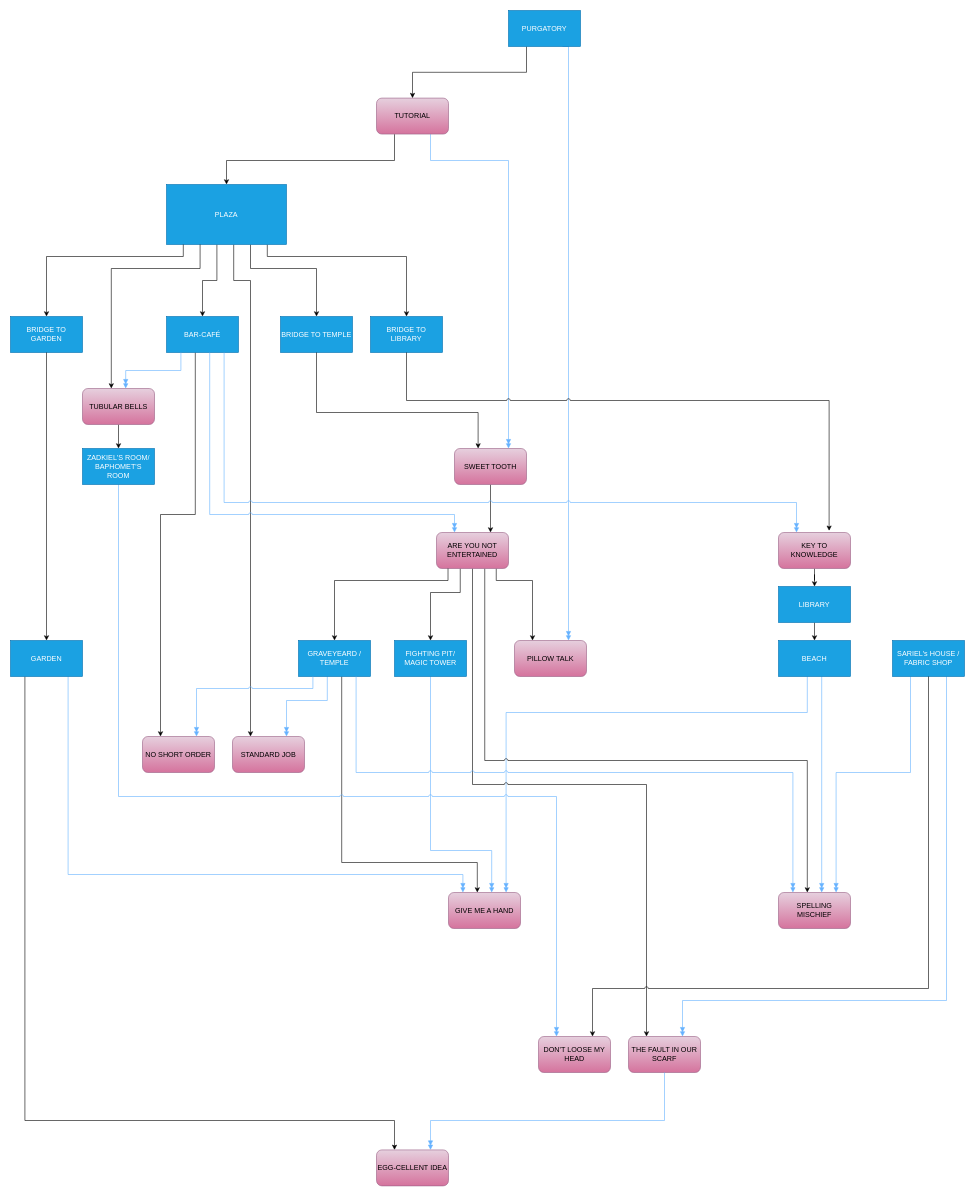
The draw.io diagram page "Unlocking" (2 of 3) of Quests.drawio in Grumpy-Bear-Games/Duality-Prototype, before the edit. Source tidied: cells renumbered, new cells numbered last; positions are measured from the earlier drawing's top-left corner, leaving out a move shared by most shapes. Both pictures are drawn from the tidied source at 60%, with x=0, y=0 at pixel (10, 10).
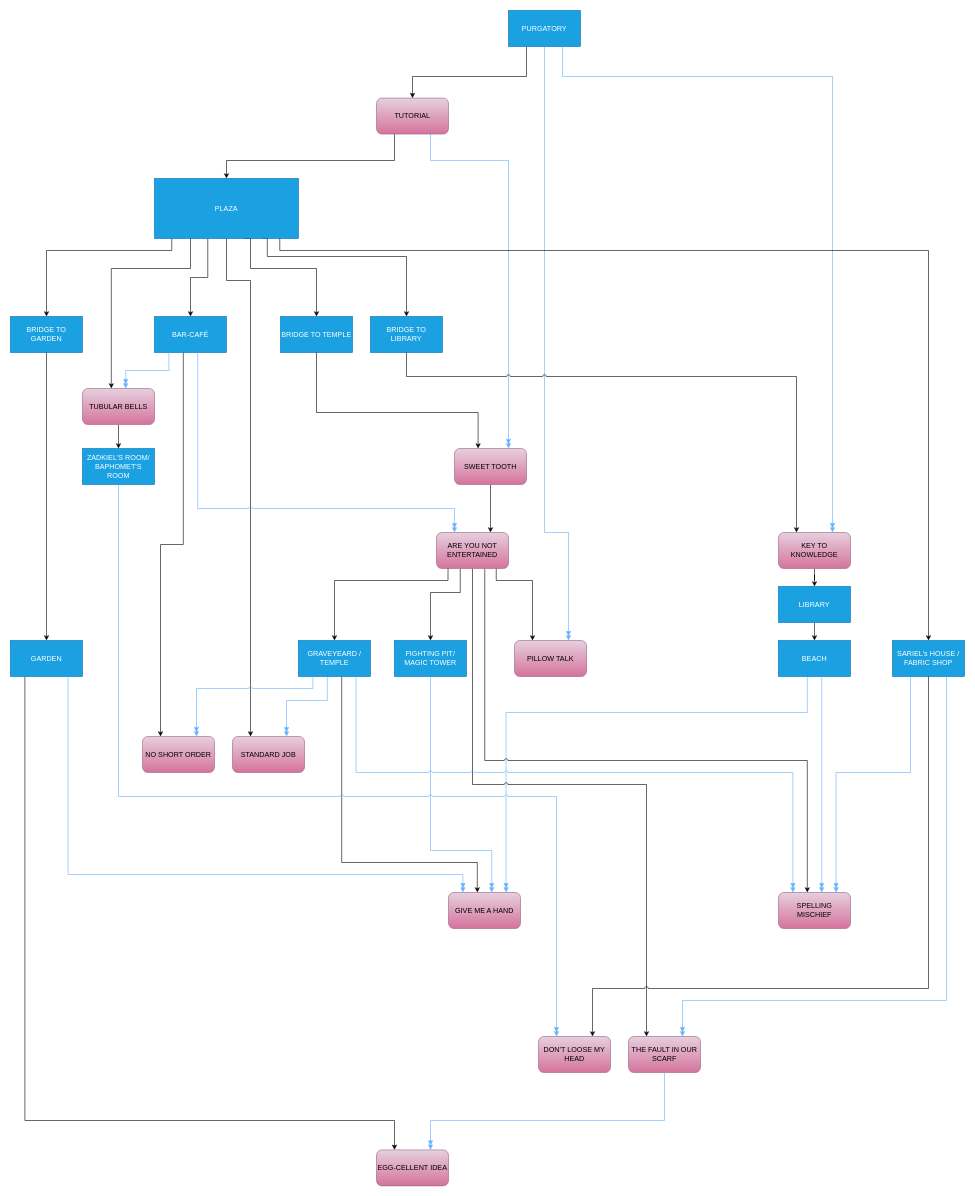
Above is the later version.

Commit message:
Update quest dependency diagram

The change refers to these unchanged cells:
```xml
<mxCell id="3" value="PILLOW TALK" style="rounded=1;whiteSpace=wrap;html=1;fillColor=#e6d0de;strokeColor=#996185;gradientColor=#d5739d;fontColor=#000000;" parent="1" vertex="1">
  <mxGeometry x="840" y="1050" width="120" height="60" as="geometry" />
</mxCell>
<mxCell id="4" value="STANDARD JOB" style="rounded=1;whiteSpace=wrap;html=1;fillColor=#e6d0de;strokeColor=#996185;gradientColor=#d5739d;fontColor=#000000;" parent="1" vertex="1">
  <mxGeometry x="370" y="1210" width="120" height="60" as="geometry" />
</mxCell>
<mxCell id="5" value="NO SHORT ORDER" style="rounded=1;whiteSpace=wrap;html=1;fillColor=#e6d0de;strokeColor=#996185;gradientColor=#d5739d;fontColor=#000000;" parent="1" vertex="1">
  <mxGeometry x="220" y="1210" width="120" height="60" as="geometry" />
</mxCell>
<mxCell id="12" value="TUTORIAL" style="rounded=1;whiteSpace=wrap;html=1;fillColor=#e6d0de;strokeColor=#996185;gradientColor=#d5739d;fontColor=#000000;" parent="1" vertex="1">
  <mxGeometry x="610" y="146" width="120" height="60" as="geometry" />
</mxCell>
<mxCell id="26" value="SARIEL's HOUSE / FABRIC SHOP" style="rounded=0;whiteSpace=wrap;html=1;fillColor=#1ba1e2;strokeColor=#006EAF;fontColor=#ffffff;" parent="1" vertex="1">
  <mxGeometry x="1470" y="1050" width="120" height="60" as="geometry" />
</mxCell>
<mxCell id="31" value="ARE YOU NOT ENTERTAINED" style="rounded=1;whiteSpace=wrap;html=1;fillColor=#e6d0de;strokeColor=#996185;gradientColor=#d5739d;fontColor=#000000;points=[[0,0,0,0,0],[0,0.25,0,0,0],[0,0.5,0,0,0],[0,0.75,0,0,0],[0,1,0,0,0],[0.16,1,0,0,0],[0.25,0,0,0,0],[0.33,1,0,0,0],[0.5,0,0,0,0],[0.5,1,0,0,0],[0.67,1,0,0,0],[0.75,0,0,0,0],[0.83,1,0,0,0],[1,0,0,0,0],[1,0.25,0,0,0],[1,0.5,0,0,0],[1,0.75,0,0,0],[1,1,0,0,0]];" parent="1" vertex="1">
  <mxGeometry x="710" y="870" width="120" height="60" as="geometry" />
</mxCell>
<mxCell id="39" value="BRIDGE TO TEMPLE" style="rounded=0;whiteSpace=wrap;html=1;fillColor=#1ba1e2;strokeColor=#006EAF;fontColor=#ffffff;" parent="1" vertex="1">
  <mxGeometry x="450" y="510" width="120" height="60" as="geometry" />
</mxCell>
<mxCell id="47" value="PURGATORY" style="rounded=0;whiteSpace=wrap;html=1;fillColor=#1ba1e2;strokeColor=#006EAF;fontColor=#ffffff;" parent="1" vertex="1">
  <mxGeometry x="830" width="120" height="60" as="geometry" />
</mxCell>
<mxCell id="54" value="KEY TO KNOWLEDGE" style="rounded=1;whiteSpace=wrap;html=1;fillColor=#e6d0de;strokeColor=#996185;gradientColor=#d5739d;fontColor=#000000;" parent="1" vertex="1">
  <mxGeometry x="1280" y="870" width="120" height="60" as="geometry" />
</mxCell>
<mxCell id="57" value="TUBULAR BELLS" style="rounded=1;whiteSpace=wrap;html=1;fillColor=#e6d0de;strokeColor=#996185;gradientColor=#d5739d;fontColor=#000000;points=[[0,0,0,0,0],[0,0.25,0,0,0],[0,0.5,0,0,0],[0,0.75,0,0,0],[0,1,0,0,0],[0.2,0,0,0,0],[0.25,1,0,0,0],[0.4,0,0,0,0],[0.5,1,0,0,0],[0.6,0,0,0,0],[0.75,1,0,0,0],[0.8,0,0,0,0],[1,0,0,0,0],[1,0.25,0,0,0],[1,0.5,0,0,0],[1,0.75,0,0,0],[1,1,0,0,0]];" parent="1" vertex="1">
  <mxGeometry x="120" y="630" width="120" height="60" as="geometry" />
</mxCell>
<mxCell id="60" value="BRIDGE TO GARDEN" style="rounded=0;whiteSpace=wrap;html=1;fillColor=#1ba1e2;strokeColor=#006EAF;fontColor=#ffffff;" parent="1" vertex="1">
  <mxGeometry y="510" width="120" height="60" as="geometry" />
</mxCell>
<mxCell id="61" value="BRIDGE TO LIBRARY" style="rounded=0;whiteSpace=wrap;html=1;fillColor=#1ba1e2;strokeColor=#006EAF;fontColor=#ffffff;" parent="1" vertex="1">
  <mxGeometry x="600" y="510" width="120" height="60" as="geometry" />
</mxCell>
```

The edit, as a diff of the source:
```diff
@@
-    <mxCell id="11" style="edgeStyle=orthogonalEdgeStyle;rounded=0;jettySize=auto;html=1;exitX=0.84;exitY=1;exitDx=0;exitDy=0;entryX=0.5;entryY=0;entryDx=0;entryDy=0;exitPerimeter=0;" parent="1" edge="1" source="38" target="61">
+    <mxCell id="11" style="edgeStyle=orthogonalEdgeStyle;rounded=0;jettySize=auto;html=1;exitX=0.75;exitY=1;exitDx=0;exitDy=0;entryX=0.5;entryY=0;entryDx=0;entryDy=0;exitPerimeter=0;" parent="1" edge="1" source="38" target="61">
       <mxGeometry relative="1" as="geometry">
         <Array as="points">
+          <mxPoint x="428" y="380" />
           <mxPoint x="428" y="410" />
           <mxPoint x="660" y="410" />
         </Array>
       </mxGeometry>
     </mxCell>
@@
-    <mxCell id="35" style="edgeStyle=elbowEdgeStyle;shape=connector;rounded=0;jumpStyle=arc;jettySize=auto;html=1;exitX=0.56;exitY=1;exitDx=0;exitDy=0;entryX=0.25;entryY=0;entryDx=0;entryDy=0;labelBackgroundColor=default;strokeColor=default;align=center;verticalAlign=middle;fontFamily=Helvetica;fontSize=11;fontColor=default;endArrow=classic;elbow=vertical;exitPerimeter=0;" parent="1" edge="1" source="38" target="4">
+    <mxCell id="35" style="edgeStyle=elbowEdgeStyle;shape=connector;rounded=0;jumpStyle=arc;jettySize=auto;html=1;exitX=0.5;exitY=1;exitDx=0;exitDy=0;entryX=0.25;entryY=0;entryDx=0;entryDy=0;labelBackgroundColor=default;strokeColor=default;align=center;verticalAlign=middle;fontFamily=Helvetica;fontSize=11;fontColor=default;endArrow=classic;elbow=vertical;exitPerimeter=0;" parent="1" edge="1" source="38" target="4">
       <mxGeometry relative="1" as="geometry">
         <Array as="points">
           <mxPoint x="400" y="450" />
         </Array>
       </mxGeometry>
     </mxCell>
-    <mxCell id="36" style="edgeStyle=orthogonalEdgeStyle;shape=connector;rounded=0;jumpStyle=arc;jettySize=auto;html=1;exitX=0.7;exitY=1;exitDx=0;exitDy=0;labelBackgroundColor=default;strokeColor=default;align=center;verticalAlign=middle;fontFamily=Helvetica;fontSize=11;fontColor=default;endArrow=classic;exitPerimeter=0;entryX=0.5;entryY=0;entryDx=0;entryDy=0;" parent="1" edge="1" source="38" target="39">
+    <mxCell id="36" style="edgeStyle=orthogonalEdgeStyle;shape=connector;rounded=0;jumpStyle=arc;jettySize=auto;html=1;exitX=0.62;exitY=1;exitDx=0;exitDy=0;labelBackgroundColor=default;strokeColor=default;align=center;verticalAlign=middle;fontFamily=Helvetica;fontSize=11;fontColor=default;endArrow=classic;exitPerimeter=0;entryX=0.5;entryY=0;entryDx=0;entryDy=0;" parent="1" edge="1" source="38" target="39">
       <mxGeometry relative="1" as="geometry">
         <Array as="points">
+          <mxPoint x="400" y="380" />
           <mxPoint x="400" y="430" />
           <mxPoint x="510" y="430" />
         </Array>
       </mxGeometry>
     </mxCell>
-    <mxCell id="37" style="edgeStyle=orthogonalEdgeStyle;shape=connector;rounded=0;jumpStyle=arc;jettySize=auto;html=1;exitX=0.42;exitY=1;exitDx=0;exitDy=0;entryX=0.5;entryY=0;entryDx=0;entryDy=0;labelBackgroundColor=default;strokeColor=default;align=center;verticalAlign=middle;fontFamily=Helvetica;fontSize=11;fontColor=default;endArrow=classic;exitPerimeter=0;" parent="1" edge="1" source="38" target="42">
+    <mxCell id="37" style="edgeStyle=orthogonalEdgeStyle;shape=connector;rounded=0;jumpStyle=arc;jettySize=auto;html=1;exitX=0.37;exitY=1;exitDx=0;exitDy=0;entryX=0.5;entryY=0;entryDx=0;entryDy=0;labelBackgroundColor=default;strokeColor=default;align=center;verticalAlign=middle;fontFamily=Helvetica;fontSize=11;fontColor=default;endArrow=classic;exitPerimeter=0;" parent="1" edge="1" source="38" target="42">
       <mxGeometry relative="1" as="geometry" />
     </mxCell>
-    <mxCell id="38" value="PLAZA" style="rounded=0;whiteSpace=wrap;html=1;fillColor=#1ba1e2;strokeColor=#006EAF;fontColor=#ffffff;points=[[0,0,0,0,0],[0,0.25,0,0,0],[0,0.5,0,0,0],[0,0.75,0,0,0],[0,1,0,0,0],[0.14,1,0,0,0],[0.25,0,0,0,0],[0.28,1,0,0,0],[0.42,1,0,0,0],[0.5,0,0,0,0],[0.56,1,0,0,0],[0.7,1,0,0,0],[0.75,0,0,0,0],[0.84,1,0,0,0],[1,0,0,0,0],[1,0.25,0,0,0],[1,0.5,0,0,0],[1,0.75,0,0,0],[1,1,0,0,0]];" parent="1" vertex="1">
-      <mxGeometry x="260" y="290" width="200" height="100" as="geometry" />
+    <mxCell id="38" value="PLAZA" style="rounded=0;whiteSpace=wrap;html=1;fillColor=#1ba1e2;strokeColor=#006EAF;fontColor=#ffffff;points=[[0,0,0,0,0],[0,0.25,0,0,0],[0,0.5,0,0,0],[0,0.75,0,0,0],[0,1,0,0,0],[0.12,1,0,0,0],[0.25,0,0,0,0],[0.25,1,0,0,0],[0.37,1,0,0,0],[0.5,0,0,0,0],[0.5,1,0,0,0],[0.62,1,0,0,0],[0.75,0,0,0,0],[0.75,1,0,0,0],[0.87,1,0,0,0],[1,0,0,0,0],[1,0.25,0,0,0],[1,0.5,0,0,0],[1,0.75,0,0,0],[1,1,0,0,0]];" parent="1" vertex="1">
+      <mxGeometry x="240" y="280" width="240" height="100" as="geometry" />
     </mxCell>
@@
-    <mxCell id="41" style="edgeStyle=elbowEdgeStyle;shape=connector;rounded=0;jumpStyle=arc;jettySize=auto;html=1;exitX=0.4;exitY=1;exitDx=0;exitDy=0;entryX=0.25;entryY=0;entryDx=0;entryDy=0;labelBackgroundColor=default;strokeColor=default;align=center;verticalAlign=middle;fontFamily=Helvetica;fontSize=11;fontColor=default;endArrow=classic;elbow=vertical;exitPerimeter=0;" parent="1" edge="1" source="42" target="5">
-      <mxGeometry relative="1" as="geometry">
-        <Array as="points">
-          <mxPoint x="270" y="840" />
-        </Array>
-      </mxGeometry>
+    <mxCell id="41" style="edgeStyle=elbowEdgeStyle;shape=connector;rounded=0;jumpStyle=arc;jettySize=auto;html=1;entryX=0.25;entryY=0;entryDx=0;entryDy=0;labelBackgroundColor=default;strokeColor=default;align=center;verticalAlign=middle;fontFamily=Helvetica;fontSize=11;fontColor=default;endArrow=classic;elbow=vertical;exitX=0.4;exitY=1;exitDx=0;exitDy=0;exitPerimeter=0;" parent="1" edge="1" source="42" target="5">
+      <mxGeometry relative="1" as="geometry" />
     </mxCell>
     <mxCell id="42" value="BAR-CAFÉ" style="rounded=0;whiteSpace=wrap;html=1;fillColor=#1ba1e2;strokeColor=#006EAF;fontColor=#ffffff;points=[[0,0,0,0,0],[0,0.25,0,0,0],[0,0.5,0,0,0],[0,0.75,0,0,0],[0,1,0,0,0],[0.2,1,0,0,0],[0.25,0,0,0,0],[0.4,1,0,0,0],[0.5,0,0,0,0],[0.6,1,0,0,0],[0.75,0,0,0,0],[0.8,1,0,0,0],[1,0,0,0,0],[1,0.25,0,0,0],[1,0.5,0,0,0],[1,0.75,0,0,0],[1,1,0,0,0]];" parent="1" vertex="1">
-      <mxGeometry x="260" y="510" width="120" height="60" as="geometry" />
+      <mxGeometry x="240" y="510" width="120" height="60" as="geometry" />
     </mxCell>
@@
     <mxCell id="45" style="edgeStyle=orthogonalEdgeStyle;shape=connector;rounded=0;jumpStyle=arc;jettySize=auto;html=1;exitX=0.25;exitY=1;exitDx=0;exitDy=0;entryX=0.5;entryY=0;entryDx=0;entryDy=0;labelBackgroundColor=default;strokeColor=default;align=center;verticalAlign=middle;fontFamily=Helvetica;fontSize=11;fontColor=default;endArrow=classic;" parent="1" edge="1" source="47" target="12">
-      <mxGeometry relative="1" as="geometry" />
+      <mxGeometry relative="1" as="geometry">
+        <Array as="points">
+          <mxPoint x="860" y="110" />
+          <mxPoint x="670" y="110" />
+        </Array>
+      </mxGeometry>
     </mxCell>
-    <mxCell id="46" style="edgeStyle=orthogonalEdgeStyle;shape=connector;rounded=0;jumpStyle=arc;jettySize=auto;html=1;exitX=0.75;exitY=1;exitDx=0;exitDy=0;entryX=0.75;entryY=0;entryDx=0;entryDy=0;labelBackgroundColor=default;strokeColor=#66B2FF;align=center;verticalAlign=middle;fontFamily=Helvetica;fontSize=11;fontColor=default;endArrow=doubleBlock;endFill=1;" parent="1" edge="1" source="47" target="3">
+    <mxCell id="46" style="edgeStyle=orthogonalEdgeStyle;shape=connector;rounded=0;jumpStyle=arc;jettySize=auto;html=1;exitX=0.5;exitY=1;exitDx=0;exitDy=0;entryX=0.75;entryY=0;entryDx=0;entryDy=0;labelBackgroundColor=default;strokeColor=#66B2FF;align=center;verticalAlign=middle;fontFamily=Helvetica;fontSize=11;fontColor=default;endArrow=doubleBlock;endFill=1;" parent="1" edge="1" source="47" target="3">
       <mxGeometry relative="1" as="geometry">
         <Array as="points">
-          <mxPoint x="930" y="620" />
-          <mxPoint x="930" y="620" />
+          <mxPoint x="890" y="870" />
+          <mxPoint x="930" y="870" />
         </Array>
       </mxGeometry>
     </mxCell>
@@
-    <mxCell id="51" style="edgeStyle=orthogonalEdgeStyle;rounded=0;jettySize=auto;html=1;exitX=0.14;exitY=1;exitDx=0;exitDy=0;entryX=0.5;entryY=0;entryDx=0;entryDy=0;exitPerimeter=0;" parent="1" edge="1" source="38" target="60">
+    <mxCell id="51" style="edgeStyle=orthogonalEdgeStyle;rounded=0;jettySize=auto;html=1;exitX=0.12;exitY=1;exitDx=0;exitDy=0;entryX=0.5;entryY=0;entryDx=0;entryDy=0;exitPerimeter=0;" parent="1" edge="1" source="38" target="60">
       <mxGeometry relative="1" as="geometry">
         <Array as="points">
-          <mxPoint x="288" y="410" />
-          <mxPoint x="60" y="410" />
+          <mxPoint x="269" y="400" />
+          <mxPoint x="60" y="400" />
         </Array>
       </mxGeometry>
     </mxCell>
@@
     <mxCell id="55" style="edgeStyle=orthogonalEdgeStyle;rounded=0;jettySize=auto;html=1;exitX=0.6;exitY=1;exitDx=0;exitDy=0;entryX=0.25;entryY=0;entryDx=0;entryDy=0;entryPerimeter=0;endArrow=doubleBlock;endFill=1;exitPerimeter=0;jumpStyle=arc;strokeColor=#66B2FF;" parent="1" edge="1" source="42" target="31">
       <mxGeometry relative="1" as="geometry">
         <Array as="points">
-          <mxPoint x="332" y="840" />
-          <mxPoint x="740" y="840" />
+          <mxPoint x="312" y="830" />
+          <mxPoint x="740" y="830" />
         </Array>
       </mxGeometry>
     </mxCell>
@@
-    <mxCell id="58" style="edgeStyle=orthogonalEdgeStyle;rounded=0;jettySize=auto;html=1;entryX=0.4;entryY=0;entryDx=0;entryDy=0;entryPerimeter=0;jumpStyle=arc;exitX=0.28;exitY=1;exitDx=0;exitDy=0;exitPerimeter=0;" parent="1" edge="1" source="38" target="57">
+    <mxCell id="58" style="edgeStyle=orthogonalEdgeStyle;rounded=0;jettySize=auto;html=1;entryX=0.4;entryY=0;entryDx=0;entryDy=0;entryPerimeter=0;jumpStyle=arc;exitX=0.25;exitY=1;exitDx=0;exitDy=0;exitPerimeter=0;" parent="1" edge="1" source="38" target="57">
       <mxGeometry relative="1" as="geometry">
         <Array as="points">
-          <mxPoint x="316" y="430" />
+          <mxPoint x="300" y="430" />
           <mxPoint x="168" y="430" />
         </Array>
       </mxGeometry>
     </mxCell>
@@
-    <mxCell id="63" style="edgeStyle=orthogonalEdgeStyle;shape=connector;rounded=0;jumpStyle=arc;jettySize=auto;html=1;exitX=0.5;exitY=1;exitDx=0;exitDy=0;entryX=0.703;entryY=-0.048;entryDx=0;entryDy=0;entryPerimeter=0;labelBackgroundColor=default;strokeColor=default;align=center;verticalAlign=middle;fontFamily=Helvetica;fontSize=11;fontColor=default;endArrow=classic;endFill=1;" parent="1" edge="1" source="61" target="54">
+    <mxCell id="63" style="edgeStyle=orthogonalEdgeStyle;shape=connector;rounded=0;jumpStyle=arc;jettySize=auto;html=1;exitX=0.5;exitY=1;exitDx=0;exitDy=0;labelBackgroundColor=default;strokeColor=default;align=center;verticalAlign=middle;fontFamily=Helvetica;fontSize=11;fontColor=default;endArrow=classic;endFill=1;entryX=0.25;entryY=0;entryDx=0;entryDy=0;" parent="1" edge="1" source="61" target="54">
       <mxGeometry relative="1" as="geometry">
         <Array as="points">
-          <mxPoint x="660" y="650" />
-          <mxPoint x="1364" y="650" />
+          <mxPoint x="660" y="610" />
+          <mxPoint x="1310" y="610" />
         </Array>
       </mxGeometry>
     </mxCell>
@@
-    <mxCell id="67" style="edgeStyle=orthogonalEdgeStyle;shape=connector;rounded=0;jumpStyle=arc;jettySize=auto;html=1;exitX=0.8;exitY=1;exitDx=0;exitDy=0;entryX=0.25;entryY=0;entryDx=0;entryDy=0;labelBackgroundColor=default;strokeColor=#66B2FF;align=center;verticalAlign=middle;fontFamily=Helvetica;fontSize=11;fontColor=default;endArrow=doubleBlock;endFill=1;exitPerimeter=0;" parent="1" edge="1" source="42" target="54">
+    <mxCell id="67" style="edgeStyle=orthogonalEdgeStyle;shape=connector;rounded=0;jumpStyle=arc;jettySize=auto;html=1;exitX=0.75;exitY=1;exitDx=0;exitDy=0;entryX=0.75;entryY=0;entryDx=0;entryDy=0;labelBackgroundColor=default;strokeColor=#66B2FF;align=center;verticalAlign=middle;fontFamily=Helvetica;fontSize=11;fontColor=default;endArrow=doubleBlock;endFill=1;" parent="1" edge="1" source="47" target="54">
       <mxGeometry relative="1" as="geometry">
         <Array as="points">
-          <mxPoint x="356" y="820" />
-          <mxPoint x="1310" y="820" />
+          <mxPoint x="920" y="110" />
+          <mxPoint x="1370" y="110" />
         </Array>
       </mxGeometry>
     </mxCell>
+    <mxCell id="68" style="edgeStyle=orthogonalEdgeStyle;rounded=0;jettySize=auto;html=1;exitX=0.87;exitY=1;exitDx=0;exitDy=0;entryX=0.5;entryY=0;entryDx=0;entryDy=0;exitPerimeter=0;" parent="1" edge="1" source="38" target="26">
+      <mxGeometry relative="1" as="geometry">
+        <Array as="points">
+          <mxPoint x="449" y="400" />
+          <mxPoint x="1530" y="400" />
+        </Array>
+      </mxGeometry>
+    </mxCell>
```
